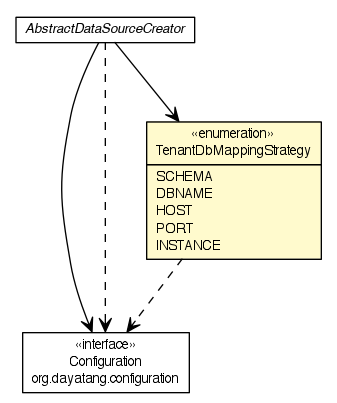
Above: apidocs/org/dayatang/datasource4saas/dscreator/TenantDbMappingStrategy.png in dayatang/dddlib (Graphviz), before the change. Its source is kept beside it as apidocs/org/dayatang/datasource4saas/dscreator/TenantDbMappingStrategy.dot.
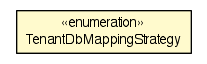
After the change.

The edit, as a diff of the source:
```diff
@@ -4,33 +4,10 @@
 	node [fontname="Helvetica",fontsize=10,shape=plaintext];
 	nodesep=0.25;
 	ranksep=0.5;
-	c91873 [label=<<table title="org.dayatang.configuration.Configuration" border="0" cellborder="1" cellspacing="0" cellpadding="2" port="p" href="../../configuration/Configuration.html">
-		<tr><td><table border="0" cellspacing="0" cellpadding="1">
-<tr><td align="center" balign="center"> &#171;interface&#187; </td></tr>
-<tr><td align="center" balign="center"> Configuration </td></tr>
-<tr><td align="center" balign="center"> org.dayatang.configuration </td></tr>
-		</table></td></tr>
-		</table>>, URL="../../configuration/Configuration.html", fontname="Helvetica", fontcolor="black", fontsize=10.0];
-	c91982 [label=<<table title="org.dayatang.datasource4saas.dscreator.TenantDbMappingStrategy" border="0" cellborder="1" cellspacing="0" cellpadding="2" port="p" bgcolor="lemonChiffon" href="./TenantDbMappingStrategy.html">
+	c91745 [label=<<table title="org.dayatang.datasource4saas.dscreator.TenantDbMappingStrategy" border="0" cellborder="1" cellspacing="0" cellpadding="2" port="p" bgcolor="lemonChiffon" href="./TenantDbMappingStrategy.html">
 		<tr><td><table border="0" cellspacing="0" cellpadding="1">
 <tr><td align="center" balign="center"> &#171;enumeration&#187; </td></tr>
 <tr><td align="center" balign="center"> TenantDbMappingStrategy </td></tr>
 		</table></td></tr>
-		<tr><td><table border="0" cellspacing="0" cellpadding="1">
-<tr><td align="left" balign="left"> SCHEMA </td></tr>
-<tr><td align="left" balign="left"> DBNAME </td></tr>
-<tr><td align="left" balign="left"> HOST </td></tr>
-<tr><td align="left" balign="left"> PORT </td></tr>
-<tr><td align="left" balign="left"> INSTANCE </td></tr>
-		</table></td></tr>
 		</table>>, URL="./TenantDbMappingStrategy.html", fontname="Helvetica", fontcolor="black", fontsize=10.0];
-	c91989 [label=<<table title="org.dayatang.datasource4saas.dscreator.AbstractDataSourceCreator" border="0" cellborder="1" cellspacing="0" cellpadding="2" port="p" href="./AbstractDataSourceCreator.html">
-		<tr><td><table border="0" cellspacing="0" cellpadding="1">
-<tr><td align="center" balign="center"><font face="Helvetica-Oblique"> AbstractDataSourceCreator </font></td></tr>
-		</table></td></tr>
-		</table>>, URL="./AbstractDataSourceCreator.html", fontname="Helvetica", fontcolor="black", fontsize=10.0];
-	c91989:p -> c91873:p [taillabel="", label=" "headlabel="", fontname="Helvetica", fontcolor="black", fontsize=10.0, color="black", arrowhead=open];
-	c91989:p -> c91982:p [taillabel="", label=" "headlabel="", fontname="Helvetica", fontcolor="black", fontsize=10.0, color="black", arrowhead=open];
-	c91982:p -> c91873:p [taillabel="", label=" "headlabel="", fontname="Helvetica", fontcolor="black", fontsize=10.0, color="black", arrowhead=open, style=dashed];
-	c91989:p -> c91873:p [taillabel="", label=" "headlabel="", fontname="Helvetica", fontcolor="black", fontsize=10.0, color="black", arrowhead=open, style=dashed];
 }
```
